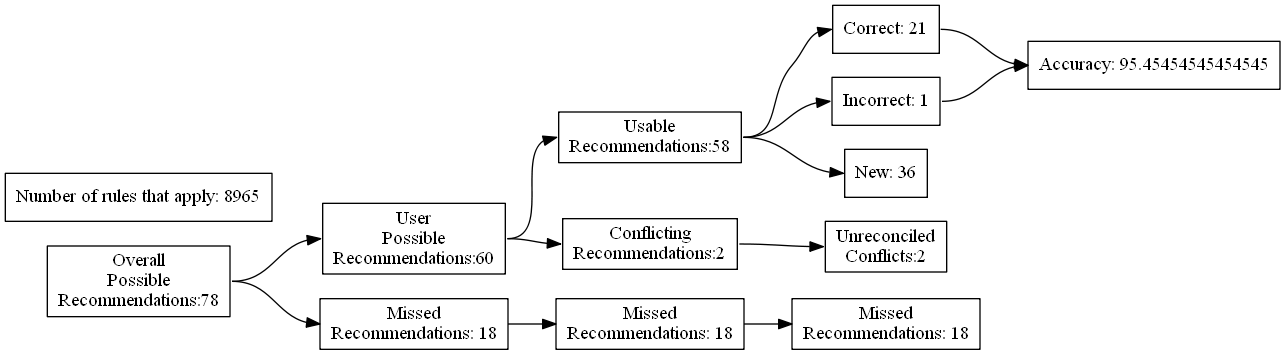
ZaxR/ibd_diet_analysis keeps this Graphviz diagram as test_renders/19.gv.png. Above is the earlier version. Its source is kept beside it as test_renders/19.gv.
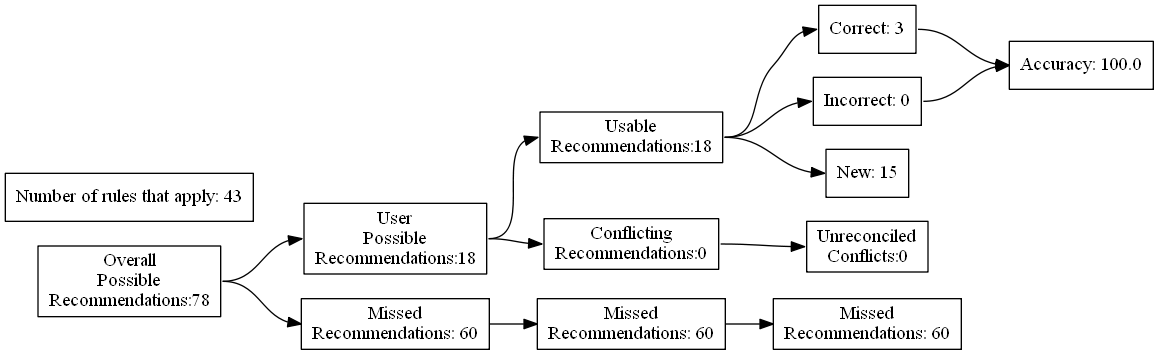
The same diagram one commit later.

Change to the diagram source:
```diff
@@ -7,24 +7,24 @@
 Recommendations:78"]
 		B [label="User
 Possible
-Recommendations:60"]
+Recommendations:18"]
 		C [label="Missed
-Recommendations: 18"]
+Recommendations: 60"]
 		D [label="Usable
-Recommendations:58"]
+Recommendations:18"]
 		E [label="Conflicting
-Recommendations:2"]
+Recommendations:0"]
 		J [label="Missed
-Recommendations: 18"]
+Recommendations: 60"]
 		M [label="Unreconciled
-Conflicts:2"]
-		F [label="Correct: 21"]
-		G [label="Incorrect: 1"]
-		H [label="New: 36"]
+Conflicts:0"]
+		F [label="Correct: 3"]
+		G [label="Incorrect: 0"]
+		H [label="New: 15"]
 		K [label="Missed
-Recommendations: 18"]
-		I [label="Accuracy: 95.45454545454545"]
-		l [label="Number of rules that apply: 8965"]
+Recommendations: 60"]
+		I [label="Accuracy: 100.0"]
+		l [label="Number of rules that apply: 43"]
 			A -> B
 			A -> C
 			B -> D
```
